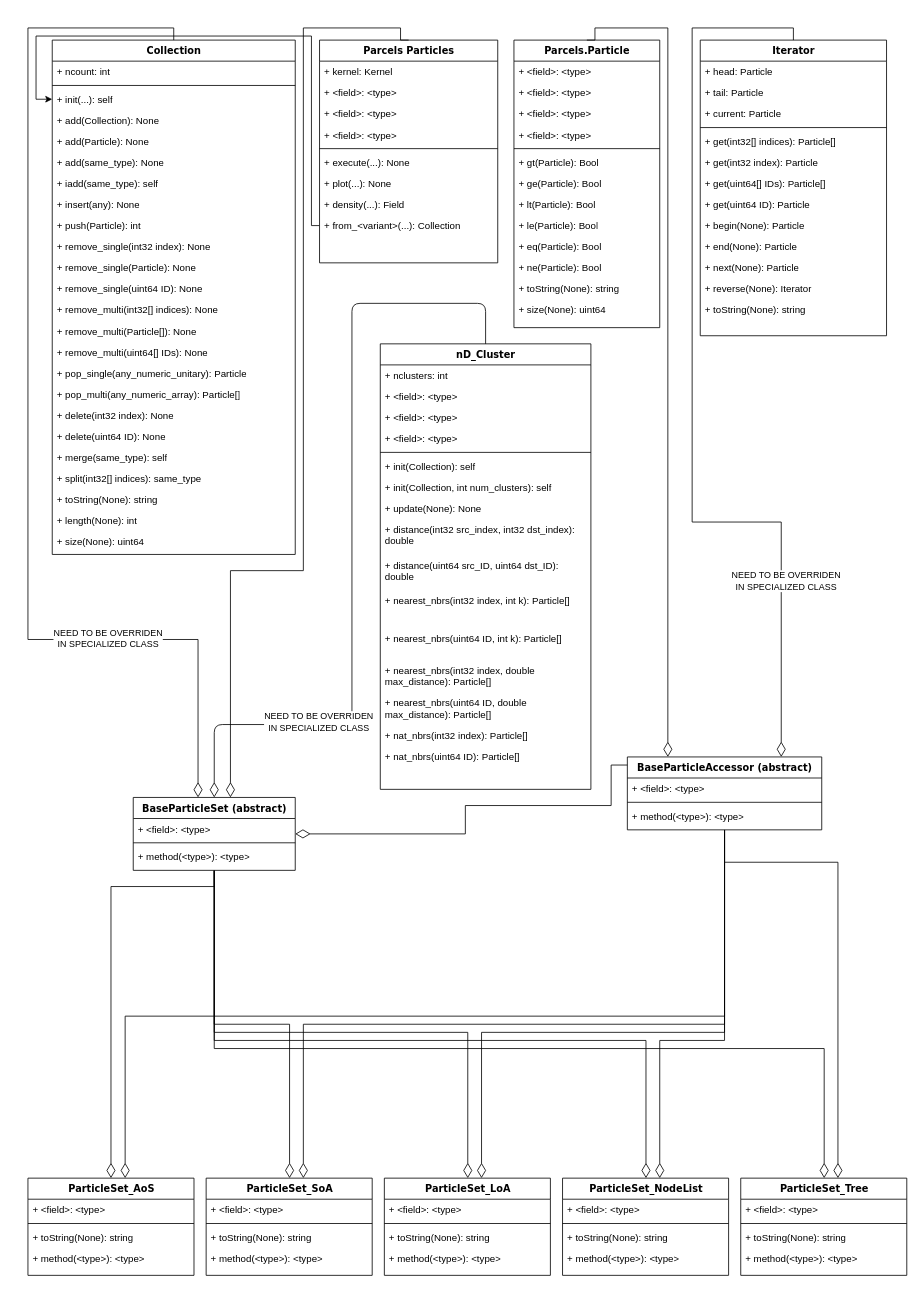
Before: docs/ParticleSet_UML.drawio in OceanParcels/Parcels, a draw.io diagram. Source tidied: cells renumbered, new cells numbered last; positions are measured from the earlier drawing's top-left corner, leaving out a move shared by most shapes. Both pictures are drawn from the tidied source at 81%, with x=0, y=0 at pixel (28, 28).
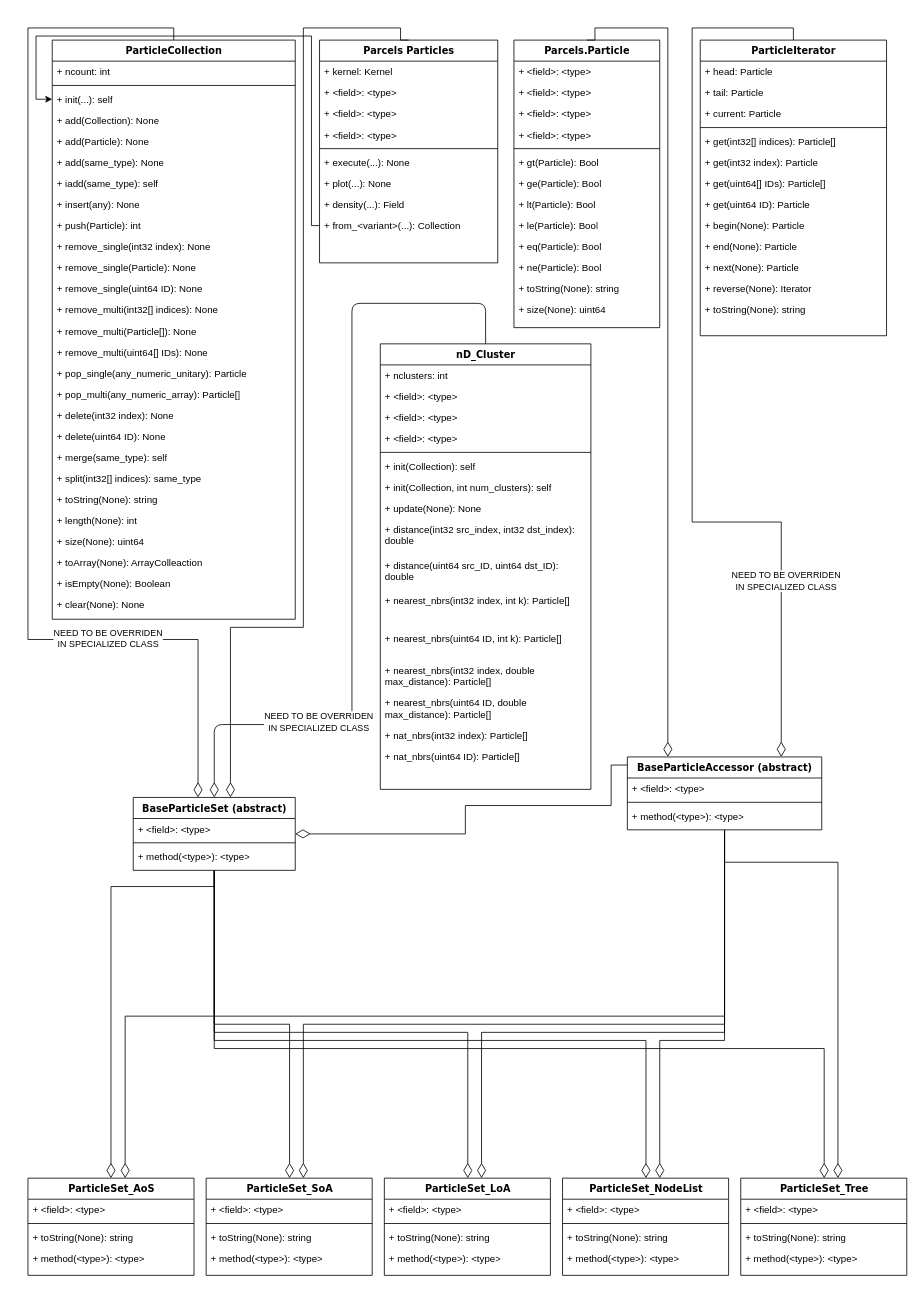
After the change.

Commit message:
include_pset_class_hierarchy_in_docs - some final function extensions to the Collection; renaming Collection and Iterator

The change refers to these unchanged cells:
```xml
<mxCell id="13" value="BaseParticleSet (abstract)" style="swimlane;html=1;fontStyle=1;align=center;verticalAlign=top;horizontal=1;startSize=26;swimlaneFillColor=#ffffff;rounded=0;shadow=0;comic=0;labelBackgroundColor=none;strokeWidth=1;fillColor=none;fontFamily=Verdana;fontSize=12;" parent="1" vertex="1">
  <mxGeometry x="130" y="950" width="200" height="90" as="geometry" />
</mxCell>
<mxCell id="57" value="Parcels Particles" style="swimlane;html=1;fontStyle=1;align=center;verticalAlign=top;horizontal=1;startSize=26;swimlaneFillColor=#ffffff;rounded=0;shadow=0;comic=0;labelBackgroundColor=none;strokeWidth=1;fillColor=none;fontFamily=Verdana;fontSize=12;" parent="1" vertex="1">
  <mxGeometry x="360" y="15" width="220" height="275" as="geometry" />
</mxCell>
```

Change to the diagram source:
```diff
@@
     <mxCell id="7" style="edgeStyle=orthogonalEdgeStyle;rounded=0;jettySize=auto;html=1;exitX=0.5;exitY=0;exitDx=0;exitDy=0;endArrow=diamondThin;endFill=0;endSize=16;" parent="1" edge="1" source="57" target="13">
       <mxGeometry relative="1" as="geometry">
         <Array as="points">
           <mxPoint x="460" y="15" />
           <mxPoint x="460" />
           <mxPoint x="340" />
-          <mxPoint x="340" y="670" />
-          <mxPoint x="250" y="670" />
+          <mxPoint x="340" y="740" />
+          <mxPoint x="250" y="740" />
         </Array>
       </mxGeometry>
     </mxCell>
@@
-    <mxCell id="32" value="Collection" style="swimlane;html=1;fontStyle=1;align=center;verticalAlign=top;horizontal=1;startSize=26;swimlaneFillColor=#ffffff;rounded=0;shadow=0;comic=0;labelBackgroundColor=none;strokeWidth=1;fillColor=none;fontFamily=Verdana;fontSize=12;" parent="1" vertex="1">
-      <mxGeometry x="30" y="15" width="300" height="635" as="geometry" />
+    <mxCell id="32" value="ParticleCollection" style="swimlane;html=1;fontStyle=1;align=center;verticalAlign=top;horizontal=1;startSize=26;swimlaneFillColor=#ffffff;rounded=0;shadow=0;comic=0;labelBackgroundColor=none;strokeWidth=1;fillColor=none;fontFamily=Verdana;fontSize=12;" parent="1" vertex="1">
+      <mxGeometry x="30" y="15" width="300" height="715" as="geometry" />
     </mxCell>
@@
+    <mxCell id="135" value="+ toArray(None): ArrayColleaction" style="text;html=1;strokeColor=none;fillColor=none;align=left;verticalAlign=top;spacingLeft=4;spacingRight=4;whiteSpace=wrap;overflow=hidden;fontStyle=0;" parent="32" vertex="1">
+      <mxGeometry y="632" width="300" height="26" as="geometry" />
+    </mxCell>
+    <mxCell id="136" value="+ isEmpty(None): Boolean" style="text;html=1;strokeColor=none;fillColor=none;align=left;verticalAlign=top;spacingLeft=4;spacingRight=4;whiteSpace=wrap;overflow=hidden;fontStyle=0;" parent="32" vertex="1">
+      <mxGeometry y="658" width="300" height="26" as="geometry" />
+    </mxCell>
+    <mxCell id="137" value="+ clear(None): None" style="text;html=1;strokeColor=none;fillColor=none;align=left;verticalAlign=top;spacingLeft=4;spacingRight=4;whiteSpace=wrap;overflow=hidden;fontStyle=0;" parent="32" vertex="1">
+      <mxGeometry y="684" width="300" height="26" as="geometry" />
+    </mxCell>
@@
-    <mxCell id="69" value="Iterator" style="swimlane;html=1;fontStyle=1;align=center;verticalAlign=top;horizontal=1;startSize=26;swimlaneFillColor=#ffffff;rounded=0;shadow=0;comic=0;labelBackgroundColor=none;strokeWidth=1;fillColor=none;fontFamily=Verdana;fontSize=12;" parent="1" vertex="1">
+    <mxCell id="69" value="ParticleIterator" style="swimlane;html=1;fontStyle=1;align=center;verticalAlign=top;horizontal=1;startSize=26;swimlaneFillColor=#ffffff;rounded=0;shadow=0;comic=0;labelBackgroundColor=none;strokeWidth=1;fillColor=none;fontFamily=Verdana;fontSize=12;" parent="1" vertex="1">
       <mxGeometry x="830" y="15" width="230" height="365" as="geometry" />
     </mxCell>
```
